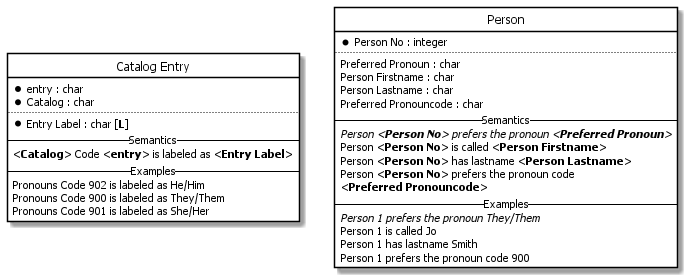
Above: EN/Catalog Example/employee.erd.png in casetalk/Models (PlantUML), before the change.
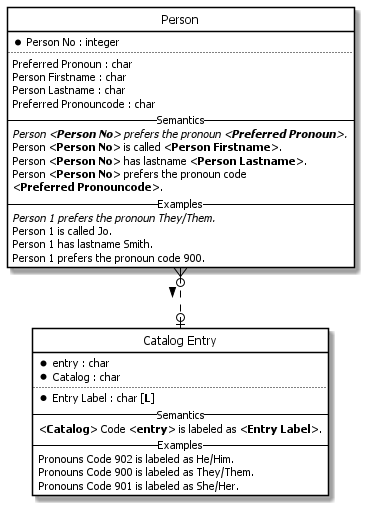
Above is the later version.

Diff of the diagram source:
```diff
@@ -23,11 +23,11 @@
   ..
   * Entry Label : char [**L**]
  -- Semantics --
-<**Catalog**> Code <**entry**> is labeled as <**Entry Label**>
+<**Catalog**> Code <**entry**> is labeled as <**Entry Label**>.
  -- Examples --
-Pronouns Code 902 is labeled as He/Him
-Pronouns Code 900 is labeled as They/Them
-Pronouns Code 901 is labeled as She/Her
+Pronouns Code 902 is labeled as He/Him.
+Pronouns Code 900 is labeled as They/Them.
+Pronouns Code 901 is labeled as She/Her.
   }
 entity "Person" <<Catalog Entry - catalog entry>> {
   * Person No : integer
@@ -37,15 +37,16 @@
     Person Lastname : char
     Preferred Pronouncode : char
  -- Semantics --
-//Person <**Person No**> prefers the pronoun <**Preferred Pronoun**>//
-Person <**Person No**> is called <**Person Firstname**>
-Person <**Person No**> has lastname <**Person Lastname**>
+//Person <**Person No**> prefers the pronoun <**Preferred Pronoun**>.//
+Person <**Person No**> is called <**Person Firstname**>.
+Person <**Person No**> has lastname <**Person Lastname**>.
 Person <**Person No**> prefers the pronoun code
-<**Preferred Pronouncode**>
+<**Preferred Pronouncode**>.
  -- Examples --
-//Person 1 prefers the pronoun They/Them//
-Person 1 is called Jo
-Person 1 has lastname Smith
-Person 1 prefers the pronoun code 900
+//Person 1 prefers the pronoun They/Them.//
+Person 1 is called Jo.
+Person 1 has lastname Smith.
+Person 1 prefers the pronoun code 900.
   }
+"Person" }o..o| "Catalog Entry" :  >
 @enduml
```
